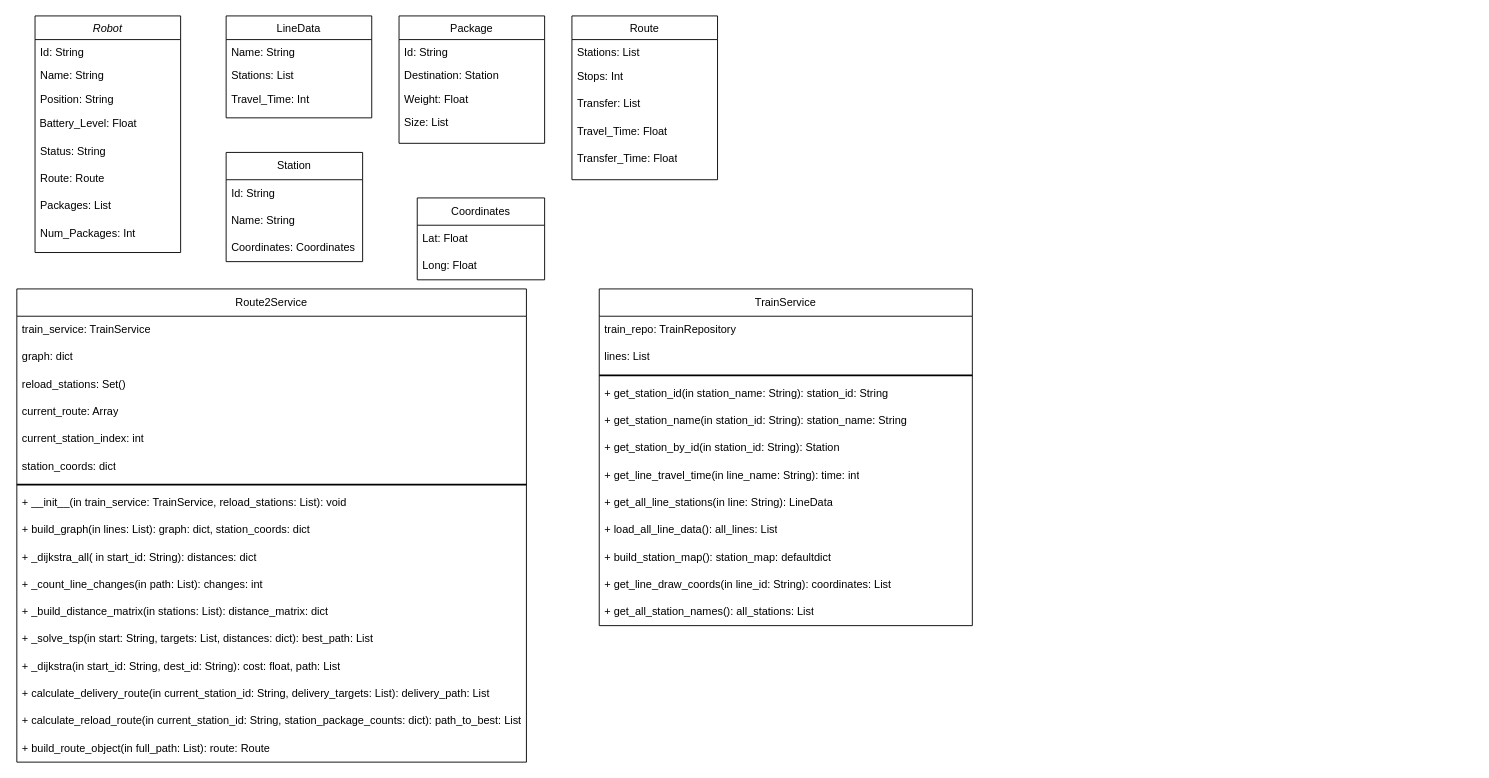
Above: Untitled Diagram.drawio in sammywestside/regioKArgoTramTrain (draw.io), before the change. Source tidied: cells renumbered, new cells numbered last; positions are measured from the earlier drawing's top-left corner, leaving out a move shared by most shapes. Both pictures are drawn from the tidied source at 91%, with x=0, y=0 at pixel (16, 15).
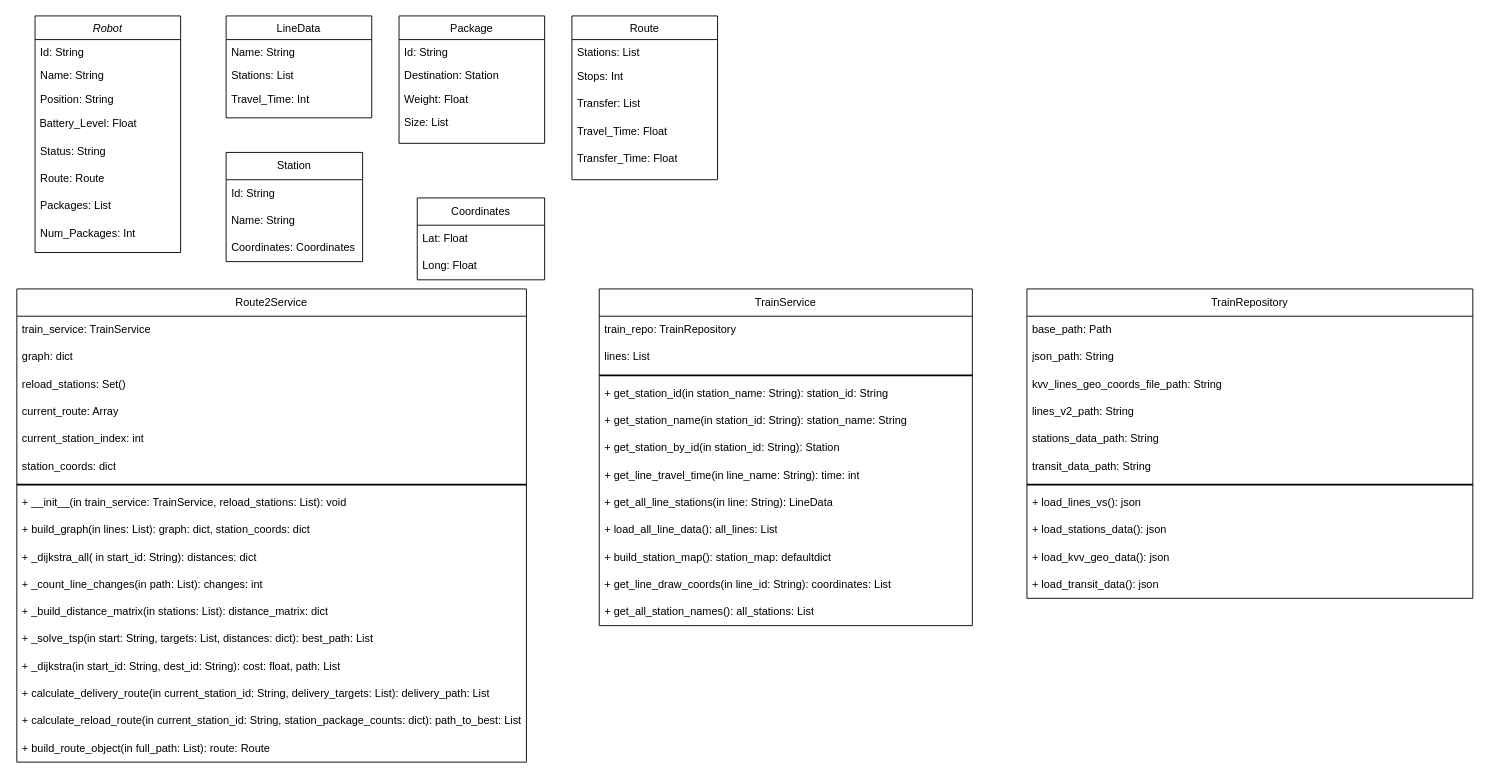
The same diagram, later.

Change to the diagram source:
```diff
@@
+    <mxCell id="64" value="TrainRepository" style="swimlane;fontStyle=0;horizontal=1;startSize=30;whiteSpace=wrap;html=1;" parent="1" vertex="1">
+      <mxGeometry x="1110" y="300" width="490" height="340" as="geometry" />
+    </mxCell>
+    <mxCell id="65" value="base_path: Path" style="text;strokeColor=none;fillColor=none;align=left;verticalAlign=middle;spacingLeft=4;spacingRight=4;overflow=hidden;whiteSpace=wrap;html=1;" parent="64" vertex="1">
+      <mxGeometry y="30" width="490" height="30" as="geometry" />
+    </mxCell>
+    <mxCell id="66" value="json_path: String" style="text;strokeColor=none;fillColor=none;align=left;verticalAlign=middle;spacingLeft=4;spacingRight=4;overflow=hidden;whiteSpace=wrap;html=1;" parent="64" vertex="1">
+      <mxGeometry y="60" width="490" height="30" as="geometry" />
+    </mxCell>
+    <mxCell id="67" value="&lt;div&gt;kvv_lines_geo_coords_file_path: String&lt;/div&gt;" style="text;strokeColor=none;fillColor=none;align=left;verticalAlign=middle;spacingLeft=4;spacingRight=4;overflow=hidden;whiteSpace=wrap;html=1;" parent="64" vertex="1">
+      <mxGeometry y="90" width="490" height="30" as="geometry" />
+    </mxCell>
+    <mxCell id="68" value="lines_v2_path: String" style="text;strokeColor=none;fillColor=none;align=left;verticalAlign=middle;spacingLeft=4;spacingRight=4;overflow=hidden;whiteSpace=wrap;html=1;" parent="64" vertex="1">
+      <mxGeometry y="120" width="490" height="30" as="geometry" />
+    </mxCell>
+    <mxCell id="69" value="stations_data_path: String" style="text;strokeColor=none;fillColor=none;align=left;verticalAlign=middle;spacingLeft=4;spacingRight=4;overflow=hidden;whiteSpace=wrap;html=1;" parent="64" vertex="1">
+      <mxGeometry y="150" width="490" height="30" as="geometry" />
+    </mxCell>
+    <mxCell id="70" value="transit_data_path: String" style="text;strokeColor=none;fillColor=none;align=left;verticalAlign=middle;spacingLeft=4;spacingRight=4;overflow=hidden;whiteSpace=wrap;html=1;" parent="64" vertex="1">
+      <mxGeometry y="180" width="490" height="30" as="geometry" />
+    </mxCell>
+    <mxCell id="71" style="line;strokeWidth=2;html=1;" parent="64" vertex="1">
+      <mxGeometry y="210" width="490" height="10" as="geometry" />
+    </mxCell>
+    <mxCell id="72" value="&lt;div&gt;+ load_lines_vs(): json&lt;/div&gt;" style="text;strokeColor=none;fillColor=none;align=left;verticalAlign=middle;spacingLeft=4;spacingRight=4;overflow=hidden;whiteSpace=wrap;html=1;" parent="64" vertex="1">
+      <mxGeometry y="220" width="490" height="30" as="geometry" />
+    </mxCell>
+    <mxCell id="73" value="+ load_stations_data(): json" style="text;strokeColor=none;fillColor=none;align=left;verticalAlign=middle;spacingLeft=4;spacingRight=4;overflow=hidden;whiteSpace=wrap;html=1;" parent="64" vertex="1">
+      <mxGeometry y="250" width="490" height="30" as="geometry" />
+    </mxCell>
+    <mxCell id="74" value="+ load_kvv_geo_data(): json" style="text;strokeColor=none;fillColor=none;align=left;verticalAlign=middle;spacingLeft=4;spacingRight=4;overflow=hidden;whiteSpace=wrap;html=1;" parent="64" vertex="1">
+      <mxGeometry y="280" width="490" height="30" as="geometry" />
+    </mxCell>
+    <mxCell id="75" value="+ load_transit_data(): json" style="text;strokeColor=none;fillColor=none;align=left;verticalAlign=middle;spacingLeft=4;spacingRight=4;overflow=hidden;whiteSpace=wrap;html=1;" parent="64" vertex="1">
+      <mxGeometry y="310" width="490" height="30" as="geometry" />
+    </mxCell>
```
